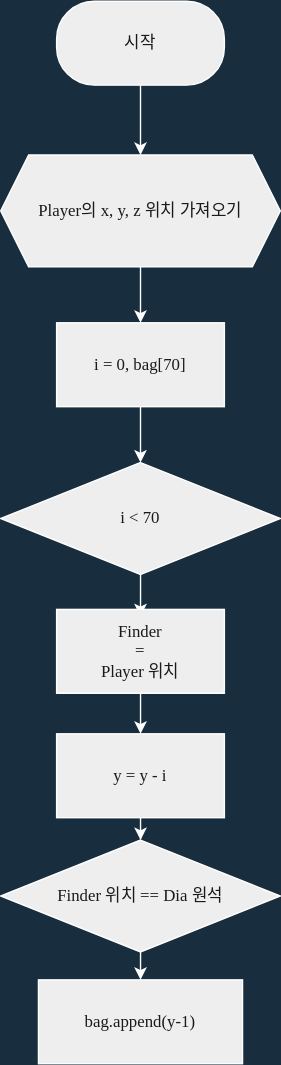
Earlier version of the draw.io export Algorithm/finding_dia.drawio.svg (Xe-Kinesis/Minecraft-Python). Source tidied: cells renumbered, new cells last; positions are measured from the earlier drawing's top-left corner, leaving out a move shared by most shapes.
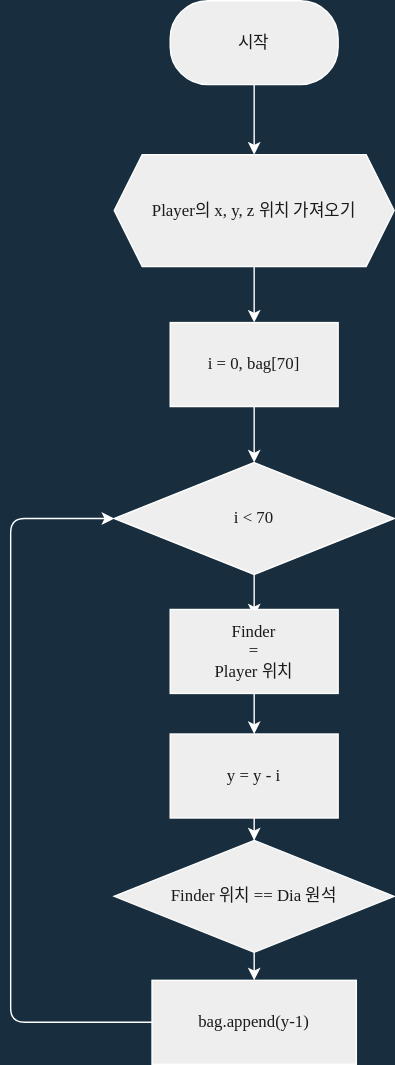
After the commit.

What changed in the source:
```diff
@@ -50,6 +50,14 @@
     <mxCell id="15" value="Finder &lt;br&gt;= &lt;br&gt;Player 위치" style="whiteSpace=wrap;html=1;rounded=0;fontFamily=어그로체;fontSource=https%3A%2F%2Fcdn.jsdelivr.net%2Fgh%2Fprojectnoonnu%2Fnoonfonts_2108%401.1%2FSBAggroB.woff;fontColor=#1A1A1A;strokeColor=#FFFFFF;fillColor=#EEEEEE;sketch=0;" parent="1" vertex="1">
       <mxGeometry x="40" y="435" width="120" height="60" as="geometry" />
     </mxCell>
+    <mxCell id="17" style="edgeStyle=orthogonalEdgeStyle;curved=0;rounded=1;sketch=0;jettySize=auto;html=1;fontFamily=어그로체;fontSource=https%3A%2F%2Fcdn.jsdelivr.net%2Fgh%2Fprojectnoonnu%2Fnoonfonts_2108%401.1%2FSBAggroB.woff;fontColor=#FFFFFF;strokeColor=#FFFFFF;entryX=0;entryY=0.5;entryDx=0;entryDy=0;" parent="1" edge="1" source="16" target="9">
+      <mxGeometry relative="1" as="geometry">
+        <Array as="points">
+          <mxPoint x="-74" y="730" />
+          <mxPoint x="-74" y="370" />
+        </Array>
+      </mxGeometry>
+    </mxCell>
     <mxCell id="16" value="bag.append(y-1)" style="whiteSpace=wrap;html=1;rounded=0;fontFamily=어그로체;fontSource=https%3A%2F%2Fcdn.jsdelivr.net%2Fgh%2Fprojectnoonnu%2Fnoonfonts_2108%401.1%2FSBAggroB.woff;fontColor=#1A1A1A;strokeColor=#FFFFFF;fillColor=#EEEEEE;sketch=0;" parent="1" vertex="1">
       <mxGeometry x="27" y="700" width="146" height="60" as="geometry" />
     </mxCell>
```
